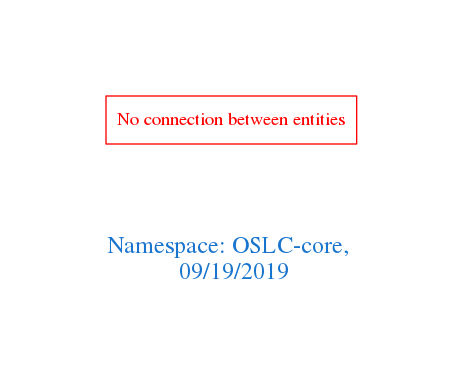
arago/OGIT keeps this Graphviz diagram as downloads/OSLC-core.png. Above is the earlier version. Its source is kept beside it as downloads/OSLC-core.dot. Source of this version:
```dot
digraph OGIT_ontology {
 graph [ rankdir= LR,pad=1
fontsize = 18,
fontcolor= dodgerblue3,label = "\n\n\nNamespace: OSLC-core, \n 09/19/2019"];
node[shape=polygon];
edge [  color="gray81"];

"No connection between entities" [fontcolor = "red",color="red", shape="polygon"]
}
```
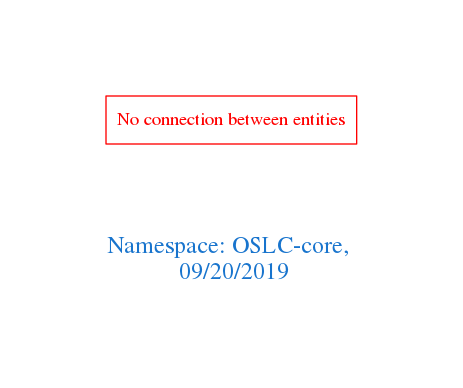
The same file after the commit.

Change to the diagram source:
```diff
@@ -1,7 +1,7 @@
 digraph OGIT_ontology {
  graph [ rankdir= LR,pad=1
 fontsize = 18,
-fontcolor= dodgerblue3,label = "\n\n\nNamespace: OSLC-core, \n 09/19/2019"];
+fontcolor= dodgerblue3,label = "\n\n\nNamespace: OSLC-core, \n 09/20/2019"];
 node[shape=polygon];
 edge [  color="gray81"];
 
```
